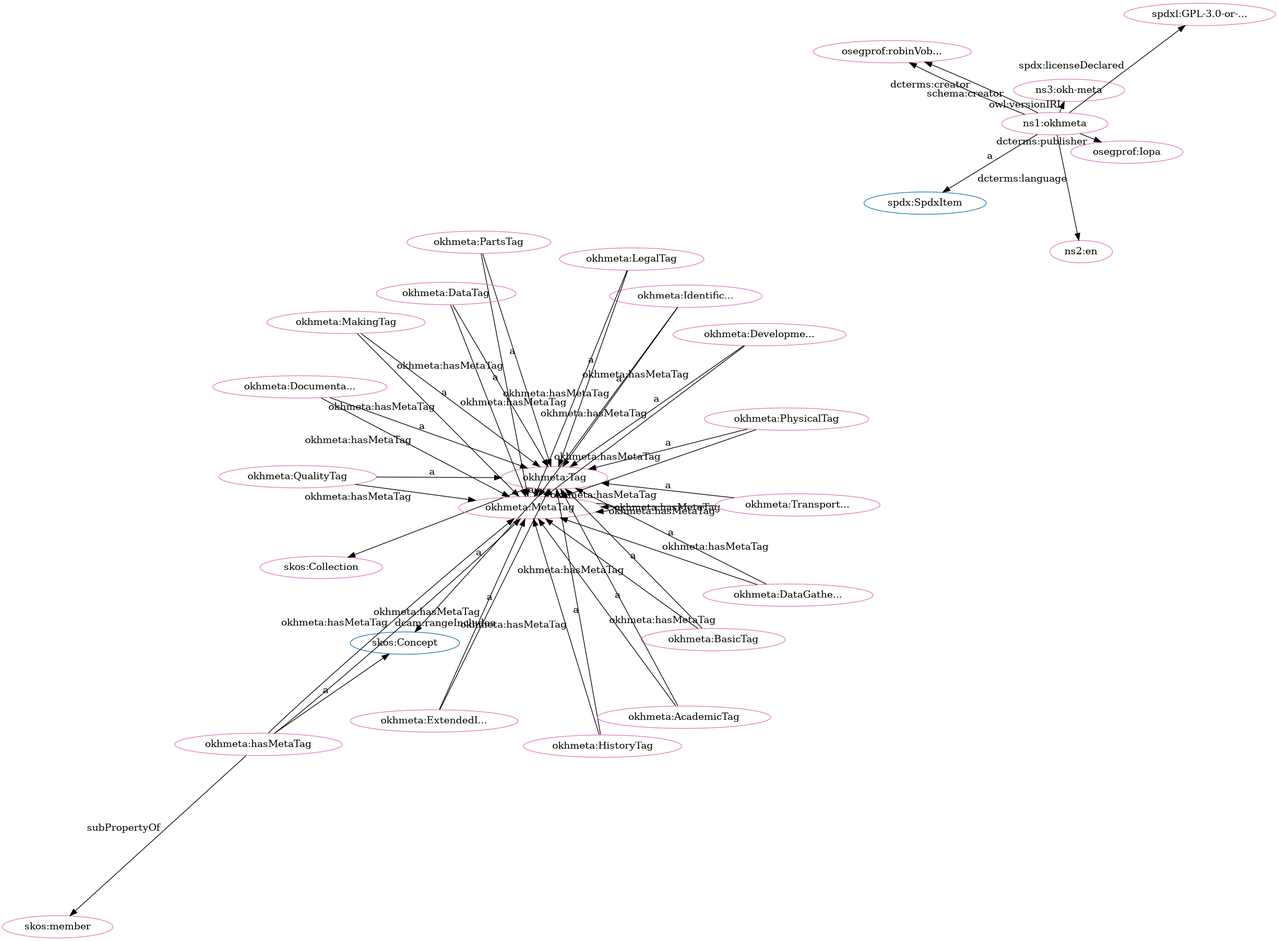
iop-alliance/OpenKnowHow keeps this Graphviz diagram as src/spec/fdp_okh-meta-clean.png. Above is the earlier version. Its source is kept beside it as src/spec/fdp_okh-meta-clean.dot.
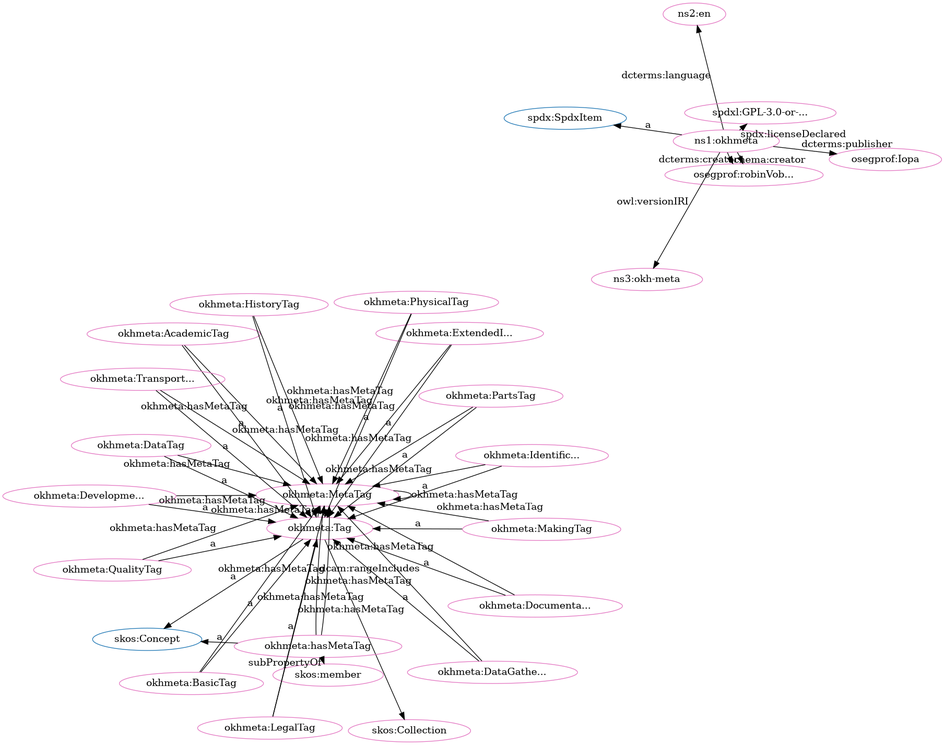
Above is the later version.

What changed in the source:
```diff
@@ -1,80 +1,80 @@
 digraph G {
   rankdir=BT
   node[height=.3]
+"http://www.w3.org/2004/02/skos/core#Collection" [fillcolor="#1f77b4" color="#1f77b4" label="skos:Collection"]
+"http://w3id.org/oseg/ont/okhmeta#Tag" [fillcolor="#1f77b4" color="#1f77b4" label="okhmeta:Tag"]
+"http://spdx.org/rdf/terms#SpdxItem" [fillcolor="#1f77b4" color="#1f77b4" label="spdx:SpdxItem"]
 "http://www.w3.org/2004/02/skos/core#Concept" [fillcolor="#1f77b4" color="#1f77b4" label="skos:Concept"]
-"http://spdx.org/rdf/terms#SpdxItem" [fillcolor="#1f77b4" color="#1f77b4" label="spdx:SpdxItem"]
-"http://w3id.org/oseg/ont/okhmeta#Tag" [fillcolor="#1f77b4" color="#1f77b4" label="okhmeta:Tag"]
-"http://www.w3.org/2004/02/skos/core#Collection" [fillcolor="#1f77b4" color="#1f77b4" label="skos:Collection"]
+"http://w3id.org/oseg/ont/okhmeta#DataTag" [fillcolor="#e377c2" color="#e377c2" label="okhmeta:DataTag"]
+"http://w3id.org/oseg/ont/okhmeta#PartsTag" [fillcolor="#e377c2" color="#e377c2" label="okhmeta:PartsTag"]
+"http://w3id.org/oseg/ont/oseg-profiles#robinVobruba" [fillcolor="#e377c2" color="#e377c2" label="osegprof:robinVob..."]
+"http://w3id.org/oseg/ont/okhmeta#AcademicTag" [fillcolor="#e377c2" color="#e377c2" label="okhmeta:AcademicTag"]
+"http://w3id.org/oseg/ont/okhmeta#MakingTag" [fillcolor="#e377c2" color="#e377c2" label="okhmeta:MakingTag"]
+"http://w3id.org/oseg/ont/okhmeta" [fillcolor="#e377c2" color="#e377c2" label="ns1:okhmeta"]
+"http://w3id.org/oseg/ont/okhmeta#ExtendedInfoTag" [fillcolor="#e377c2" color="#e377c2" label="okhmeta:ExtendedI..."]
+"http://w3id.org/oseg/ont/okhmeta#Tag" [fillcolor="#e377c2" color="#e377c2" label="okhmeta:Tag"]
+"http://w3id.org/oseg/ont/okhmeta#MetaTag" [fillcolor="#e377c2" color="#e377c2" label="okhmeta:MetaTag"]
+"http://id.loc.gov/vocabulary/iso639-1/en" [fillcolor="#e377c2" color="#e377c2" label="ns2:en"]
+"http://w3id.org/oseg/ont/okhmeta#DataGatheringTag" [fillcolor="#e377c2" color="#e377c2" label="okhmeta:DataGathe..."]
+"http://w3id.org/oseg/ont/okhmeta#hasMetaTag" [fillcolor="#e377c2" color="#e377c2" label="okhmeta:hasMetaTag"]
+"http://w3id.org/oseg/ont/okhmeta#LegalTag" [fillcolor="#e377c2" color="#e377c2" label="okhmeta:LegalTag"]
+"http://w3id.org/oseg/ont/okhmeta#DocumentationTag" [fillcolor="#e377c2" color="#e377c2" label="okhmeta:Documenta..."]
+"http://w3id.org/oseg/ont/okhmeta#IdentificationTag" [fillcolor="#e377c2" color="#e377c2" label="okhmeta:Identific..."]
+"http://w3id.org/oseg/ont/oseg-profiles#Iopa" [fillcolor="#e377c2" color="#e377c2" label="osegprof:Iopa"]
 "http://www.w3.org/2004/02/skos/core#Collection" [fillcolor="#e377c2" color="#e377c2" label="skos:Collection"]
-"http://w3id.org/oseg/ont/okhmeta#MetaTag" [fillcolor="#e377c2" color="#e377c2" label="okhmeta:MetaTag"]
+"http://w3id.org/oseg/ont/okhmeta#DevelopmentTag" [fillcolor="#e377c2" color="#e377c2" label="okhmeta:Developme..."]
 "http://w3id.org/oseg/ont/okhmeta#HistoryTag" [fillcolor="#e377c2" color="#e377c2" label="okhmeta:HistoryTag"]
-"http://w3id.org/oseg/ont/okhmeta#hasMetaTag" [fillcolor="#e377c2" color="#e377c2" label="okhmeta:hasMetaTag"]
-"http://w3id.org/oseg/ont/okhmeta" [fillcolor="#e377c2" color="#e377c2" label="ns1:okhmeta"]
-"http://w3id.org/oseg/ont/okhmeta#MakingTag" [fillcolor="#e377c2" color="#e377c2" label="okhmeta:MakingTag"]
+"http://www.w3.org/2004/02/skos/core#member" [fillcolor="#e377c2" color="#e377c2" label="skos:member"]
+"http://spdx.org/licenses/GPL-3.0-or-later" [fillcolor="#e377c2" color="#e377c2" label="spdxl:GPL-3.0-or-..."]
+"http://w3id.org/oseg/ont/1.1.0/okh-meta" [fillcolor="#e377c2" color="#e377c2" label="ns3:okh-meta"]
 "http://w3id.org/oseg/ont/okhmeta#PhysicalTag" [fillcolor="#e377c2" color="#e377c2" label="okhmeta:PhysicalTag"]
-"http://w3id.org/oseg/ont/okhmeta#PartsTag" [fillcolor="#e377c2" color="#e377c2" label="okhmeta:PartsTag"]
+"http://w3id.org/oseg/ont/okhmeta#BasicTag" [fillcolor="#e377c2" color="#e377c2" label="okhmeta:BasicTag"]
+"http://w3id.org/oseg/ont/okhmeta#TransportationTag" [fillcolor="#e377c2" color="#e377c2" label="okhmeta:Transport..."]
 "http://w3id.org/oseg/ont/okhmeta#QualityTag" [fillcolor="#e377c2" color="#e377c2" label="okhmeta:QualityTag"]
-"http://id.loc.gov/vocabulary/iso639-1/en" [fillcolor="#e377c2" color="#e377c2" label="ns2:en"]
-"http://w3id.org/oseg/ont/okhmeta#ExtendedInfoTag" [fillcolor="#e377c2" color="#e377c2" label="okhmeta:ExtendedI..."]
-"http://w3id.org/oseg/ont/okhmeta#IdentificationTag" [fillcolor="#e377c2" color="#e377c2" label="okhmeta:Identific..."]
-"http://w3id.org/oseg/ont/1.1.0/okh-meta" [fillcolor="#e377c2" color="#e377c2" label="ns3:okh-meta"]
-"http://w3id.org/oseg/ont/okhmeta#TransportationTag" [fillcolor="#e377c2" color="#e377c2" label="okhmeta:Transport..."]
-"http://w3id.org/oseg/ont/okhmeta#BasicTag" [fillcolor="#e377c2" color="#e377c2" label="okhmeta:BasicTag"]
-"http://w3id.org/oseg/ont/okhmeta#Tag" [fillcolor="#e377c2" color="#e377c2" label="okhmeta:Tag"]
-"http://w3id.org/oseg/ont/okhmeta#DocumentationTag" [fillcolor="#e377c2" color="#e377c2" label="okhmeta:Documenta..."]
-"http://w3id.org/oseg/ont/okhmeta#AcademicTag" [fillcolor="#e377c2" color="#e377c2" label="okhmeta:AcademicTag"]
-"http://spdx.org/licenses/GPL-3.0-or-later" [fillcolor="#e377c2" color="#e377c2" label="spdxl:GPL-3.0-or-..."]
-"http://w3id.org/oseg/ont/okhmeta#DataGatheringTag" [fillcolor="#e377c2" color="#e377c2" label="okhmeta:DataGathe..."]
-"http://w3id.org/oseg/ont/okhmeta#LegalTag" [fillcolor="#e377c2" color="#e377c2" label="okhmeta:LegalTag"]
-"http://w3id.org/oseg/ont/okhmeta#DataTag" [fillcolor="#e377c2" color="#e377c2" label="okhmeta:DataTag"]
-"http://w3id.org/oseg/ont/oseg-profiles#robinVobruba" [fillcolor="#e377c2" color="#e377c2" label="osegprof:robinVob..."]
-"http://w3id.org/oseg/ont/oseg-profiles#Iopa" [fillcolor="#e377c2" color="#e377c2" label="osegprof:Iopa"]
-"http://w3id.org/oseg/ont/okhmeta#DevelopmentTag" [fillcolor="#e377c2" color="#e377c2" label="okhmeta:Developme..."]
-"http://www.w3.org/2004/02/skos/core#member" [fillcolor="#e377c2" color="#e377c2" label="skos:member"]
-  "http://w3id.org/oseg/ont/okhmeta#Tag" -> "http://www.w3.org/2004/02/skos/core#Collection" [label=""]
-  "http://w3id.org/oseg/ont/okhmeta#DocumentationTag" -> "http://w3id.org/oseg/ont/okhmeta#MetaTag" [label="okhmeta:hasMetaTag"]
-  "http://w3id.org/oseg/ont/okhmeta#HistoryTag" -> "http://w3id.org/oseg/ont/okhmeta#Tag" [label="a"]
-  "http://w3id.org/oseg/ont/okhmeta#QualityTag" -> "http://w3id.org/oseg/ont/okhmeta#MetaTag" [label="okhmeta:hasMetaTag"]
-  "http://w3id.org/oseg/ont/okhmeta#IdentificationTag" -> "http://w3id.org/oseg/ont/okhmeta#MetaTag" [label="okhmeta:hasMetaTag"]
-  "http://w3id.org/oseg/ont/okhmeta" -> "http://spdx.org/rdf/terms#SpdxItem" [label="a"]
-  "http://w3id.org/oseg/ont/okhmeta#Tag" -> "http://w3id.org/oseg/ont/okhmeta#MetaTag" [label="okhmeta:hasMetaTag"]
+  "http://w3id.org/oseg/ont/okhmeta#AcademicTag" -> "http://w3id.org/oseg/ont/okhmeta#MetaTag" [label="okhmeta:hasMetaTag"]
+  "http://w3id.org/oseg/ont/okhmeta#MakingTag" -> "http://w3id.org/oseg/ont/okhmeta#MetaTag" [label="okhmeta:hasMetaTag"]
+  "http://w3id.org/oseg/ont/okhmeta#ExtendedInfoTag" -> "http://w3id.org/oseg/ont/okhmeta#MetaTag" [label="okhmeta:hasMetaTag"]
+  "http://w3id.org/oseg/ont/okhmeta#DataTag" -> "http://w3id.org/oseg/ont/okhmeta#MetaTag" [label="okhmeta:hasMetaTag"]
+  "http://w3id.org/oseg/ont/okhmeta#DataGatheringTag" -> "http://w3id.org/oseg/ont/okhmeta#Tag" [label="a"]
   "http://w3id.org/oseg/ont/okhmeta#MetaTag" -> "http://w3id.org/oseg/ont/okhmeta#MetaTag" [label="okhmeta:hasMetaTag"]
-  "http://w3id.org/oseg/ont/okhmeta#BasicTag" -> "http://w3id.org/oseg/ont/okhmeta#MetaTag" [label="okhmeta:hasMetaTag"]
-  "http://w3id.org/oseg/ont/okhmeta#MakingTag" -> "http://w3id.org/oseg/ont/okhmeta#Tag" [label="a"]
-  "http://w3id.org/oseg/ont/okhmeta#QualityTag" -> "http://w3id.org/oseg/ont/okhmeta#Tag" [label="a"]
-  "http://w3id.org/oseg/ont/okhmeta#AcademicTag" -> "http://w3id.org/oseg/ont/okhmeta#MetaTag" [label="okhmeta:hasMetaTag"]
+  "http://w3id.org/oseg/ont/okhmeta#DevelopmentTag" -> "http://w3id.org/oseg/ont/okhmeta#MetaTag" [label="okhmeta:hasMetaTag"]
+  "http://w3id.org/oseg/ont/okhmeta#hasMetaTag" -> "http://www.w3.org/2004/02/skos/core#Concept" [label="a"]
+  "http://w3id.org/oseg/ont/okhmeta#LegalTag" -> "http://w3id.org/oseg/ont/okhmeta#Tag" [label="a"]
+  "http://w3id.org/oseg/ont/okhmeta#DataGatheringTag" -> "http://w3id.org/oseg/ont/okhmeta#MetaTag" [label="okhmeta:hasMetaTag"]
   "http://w3id.org/oseg/ont/okhmeta#IdentificationTag" -> "http://w3id.org/oseg/ont/okhmeta#Tag" [label="a"]
   "http://w3id.org/oseg/ont/okhmeta#PartsTag" -> "http://w3id.org/oseg/ont/okhmeta#MetaTag" [label="okhmeta:hasMetaTag"]
-  "http://w3id.org/oseg/ont/okhmeta#ExtendedInfoTag" -> "http://w3id.org/oseg/ont/okhmeta#MetaTag" [label="okhmeta:hasMetaTag"]
+  "http://w3id.org/oseg/ont/okhmeta#hasMetaTag" -> "http://w3id.org/oseg/ont/okhmeta#MetaTag" [label="dcam:rangeIncludes"]
+  "http://w3id.org/oseg/ont/okhmeta#DevelopmentTag" -> "http://w3id.org/oseg/ont/okhmeta#Tag" [label="a"]
+  "http://w3id.org/oseg/ont/okhmeta#HistoryTag" -> "http://w3id.org/oseg/ont/okhmeta#Tag" [label="a"]
+  "http://w3id.org/oseg/ont/okhmeta" -> "http://spdx.org/licenses/GPL-3.0-or-later" [label="spdx:licenseDeclared"]
+  "http://w3id.org/oseg/ont/okhmeta#IdentificationTag" -> "http://w3id.org/oseg/ont/okhmeta#MetaTag" [label="okhmeta:hasMetaTag"]
+  "http://w3id.org/oseg/ont/okhmeta#PhysicalTag" -> "http://w3id.org/oseg/ont/okhmeta#Tag" [label="a"]
   "http://w3id.org/oseg/ont/okhmeta#BasicTag" -> "http://w3id.org/oseg/ont/okhmeta#Tag" [label="a"]
+  "http://w3id.org/oseg/ont/okhmeta#TransportationTag" -> "http://w3id.org/oseg/ont/okhmeta#Tag" [label="a"]
+  "http://w3id.org/oseg/ont/okhmeta#QualityTag" -> "http://w3id.org/oseg/ont/okhmeta#MetaTag" [label="okhmeta:hasMetaTag"]
+  "http://w3id.org/oseg/ont/okhmeta#DataTag" -> "http://w3id.org/oseg/ont/okhmeta#Tag" [label="a"]
+  "http://w3id.org/oseg/ont/okhmeta#PartsTag" -> "http://w3id.org/oseg/ont/okhmeta#Tag" [label="a"]
+  "http://w3id.org/oseg/ont/okhmeta#AcademicTag" -> "http://w3id.org/oseg/ont/okhmeta#Tag" [label="a"]
+  "http://w3id.org/oseg/ont/okhmeta" -> "http://w3id.org/oseg/ont/oseg-profiles#robinVobruba" [label="dcterms:creator"]
+  "http://w3id.org/oseg/ont/okhmeta#MakingTag" -> "http://w3id.org/oseg/ont/okhmeta#Tag" [label="a"]
+  "http://w3id.org/oseg/ont/okhmeta#ExtendedInfoTag" -> "http://w3id.org/oseg/ont/okhmeta#Tag" [label="a"]
   "http://w3id.org/oseg/ont/okhmeta#Tag" -> "http://www.w3.org/2004/02/skos/core#Concept" [label="a"]
+  "http://w3id.org/oseg/ont/okhmeta#MetaTag" -> "http://w3id.org/oseg/ont/okhmeta#Tag" [label="a"]
+  "http://w3id.org/oseg/ont/okhmeta#DocumentationTag" -> "http://w3id.org/oseg/ont/okhmeta#MetaTag" [label="okhmeta:hasMetaTag"]
   "http://w3id.org/oseg/ont/okhmeta#hasMetaTag" -> "http://w3id.org/oseg/ont/okhmeta#MetaTag" [label="okhmeta:hasMetaTag"]
-  "http://w3id.org/oseg/ont/okhmeta#AcademicTag" -> "http://w3id.org/oseg/ont/okhmeta#Tag" [label="a"]
-  "http://w3id.org/oseg/ont/okhmeta#DataGatheringTag" -> "http://w3id.org/oseg/ont/okhmeta#Tag" [label="a"]
+  "http://w3id.org/oseg/ont/okhmeta" -> "http://id.loc.gov/vocabulary/iso639-1/en" [label="dcterms:language"]
+  "http://w3id.org/oseg/ont/okhmeta" -> "http://w3id.org/oseg/ont/oseg-profiles#robinVobruba" [label="schema:creator"]
+  "http://w3id.org/oseg/ont/okhmeta#LegalTag" -> "http://w3id.org/oseg/ont/okhmeta#MetaTag" [label="okhmeta:hasMetaTag"]
+  "http://w3id.org/oseg/ont/okhmeta#DocumentationTag" -> "http://w3id.org/oseg/ont/okhmeta#Tag" [label="a"]
+  "http://w3id.org/oseg/ont/okhmeta#PhysicalTag" -> "http://w3id.org/oseg/ont/okhmeta#MetaTag" [label="okhmeta:hasMetaTag"]
+  "http://w3id.org/oseg/ont/okhmeta#TransportationTag" -> "http://w3id.org/oseg/ont/okhmeta#MetaTag" [label="okhmeta:hasMetaTag"]
+  "http://w3id.org/oseg/ont/okhmeta" -> "http://w3id.org/oseg/ont/oseg-profiles#Iopa" [label="dcterms:publisher"]
+  "http://w3id.org/oseg/ont/okhmeta" -> "http://spdx.org/rdf/terms#SpdxItem" [label="a"]
+  "http://w3id.org/oseg/ont/okhmeta#Tag" -> "http://www.w3.org/2004/02/skos/core#Collection" [label=""]
   "http://w3id.org/oseg/ont/okhmeta#hasMetaTag" -> "http://www.w3.org/2004/02/skos/core#member" [label="subPropertyOf"]
-  "http://w3id.org/oseg/ont/okhmeta#PhysicalTag" -> "http://w3id.org/oseg/ont/okhmeta#MetaTag" [label="okhmeta:hasMetaTag"]
-  "http://w3id.org/oseg/ont/okhmeta#DataTag" -> "http://w3id.org/oseg/ont/okhmeta#MetaTag" [label="okhmeta:hasMetaTag"]
-  "http://w3id.org/oseg/ont/okhmeta#hasMetaTag" -> "http://w3id.org/oseg/ont/okhmeta#MetaTag" [label="dcam:rangeIncludes"]
-  "http://w3id.org/oseg/ont/okhmeta#DataGatheringTag" -> "http://w3id.org/oseg/ont/okhmeta#MetaTag" [label="okhmeta:hasMetaTag"]
-  "http://w3id.org/oseg/ont/okhmeta#hasMetaTag" -> "http://www.w3.org/2004/02/skos/core#Concept" [label="a"]
+  "http://w3id.org/oseg/ont/okhmeta" -> "http://w3id.org/oseg/ont/1.1.0/okh-meta" [label="owl:versionIRI"]
   "http://w3id.org/oseg/ont/okhmeta#HistoryTag" -> "http://w3id.org/oseg/ont/okhmeta#MetaTag" [label="okhmeta:hasMetaTag"]
-  "http://w3id.org/oseg/ont/okhmeta#PhysicalTag" -> "http://w3id.org/oseg/ont/okhmeta#Tag" [label="a"]
-  "http://w3id.org/oseg/ont/okhmeta#PartsTag" -> "http://w3id.org/oseg/ont/okhmeta#Tag" [label="a"]
-  "http://w3id.org/oseg/ont/okhmeta" -> "http://id.loc.gov/vocabulary/iso639-1/en" [label="dcterms:language"]
-  "http://w3id.org/oseg/ont/okhmeta#ExtendedInfoTag" -> "http://w3id.org/oseg/ont/okhmeta#Tag" [label="a"]
-  "http://w3id.org/oseg/ont/okhmeta#MakingTag" -> "http://w3id.org/oseg/ont/okhmeta#MetaTag" [label="okhmeta:hasMetaTag"]
-  "http://w3id.org/oseg/ont/okhmeta#LegalTag" -> "http://w3id.org/oseg/ont/okhmeta#MetaTag" [label="okhmeta:hasMetaTag"]
-  "http://w3id.org/oseg/ont/okhmeta" -> "http://w3id.org/oseg/ont/1.1.0/okh-meta" [label="owl:versionIRI"]
-  "http://w3id.org/oseg/ont/okhmeta#TransportationTag" -> "http://w3id.org/oseg/ont/okhmeta#Tag" [label="a"]
-  "http://w3id.org/oseg/ont/okhmeta#DevelopmentTag" -> "http://w3id.org/oseg/ont/okhmeta#MetaTag" [label="okhmeta:hasMetaTag"]
-  "http://w3id.org/oseg/ont/okhmeta#DocumentationTag" -> "http://w3id.org/oseg/ont/okhmeta#Tag" [label="a"]
-  "http://w3id.org/oseg/ont/okhmeta" -> "http://spdx.org/licenses/GPL-3.0-or-later" [label="spdx:licenseDeclared"]
-  "http://w3id.org/oseg/ont/okhmeta#LegalTag" -> "http://w3id.org/oseg/ont/okhmeta#Tag" [label="a"]
-  "http://w3id.org/oseg/ont/okhmeta#DataTag" -> "http://w3id.org/oseg/ont/okhmeta#Tag" [label="a"]
-  "http://w3id.org/oseg/ont/okhmeta" -> "http://w3id.org/oseg/ont/oseg-profiles#robinVobruba" [label="dcterms:creator"]
-  "http://w3id.org/oseg/ont/okhmeta#TransportationTag" -> "http://w3id.org/oseg/ont/okhmeta#MetaTag" [label="okhmeta:hasMetaTag"]
-  "http://w3id.org/oseg/ont/okhmeta" -> "http://w3id.org/oseg/ont/oseg-profiles#robinVobruba" [label="schema:creator"]
-  "http://w3id.org/oseg/ont/okhmeta" -> "http://w3id.org/oseg/ont/oseg-profiles#Iopa" [label="dcterms:publisher"]
-  "http://w3id.org/oseg/ont/okhmeta#DevelopmentTag" -> "http://w3id.org/oseg/ont/okhmeta#Tag" [label="a"]
-  "http://w3id.org/oseg/ont/okhmeta#MetaTag" -> "http://w3id.org/oseg/ont/okhmeta#Tag" [label="a"]
+  "http://w3id.org/oseg/ont/okhmeta#QualityTag" -> "http://w3id.org/oseg/ont/okhmeta#Tag" [label="a"]
+  "http://w3id.org/oseg/ont/okhmeta#BasicTag" -> "http://w3id.org/oseg/ont/okhmeta#MetaTag" [label="okhmeta:hasMetaTag"]
+  "http://w3id.org/oseg/ont/okhmeta#Tag" -> "http://w3id.org/oseg/ont/okhmeta#MetaTag" [label="okhmeta:hasMetaTag"]
 }
```
